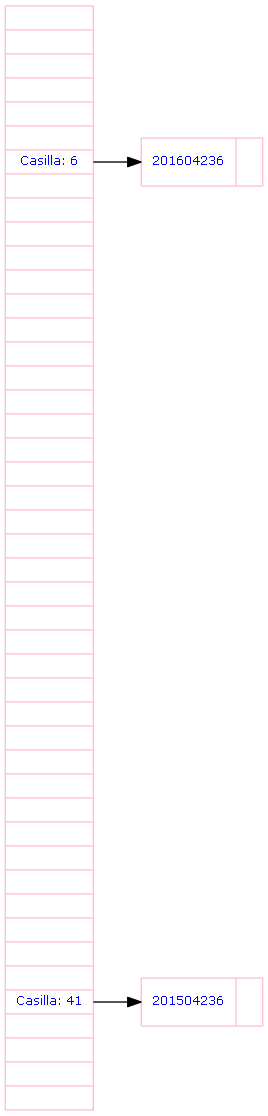
Before: Proyecto2/TablaDispersa.png, a diagram exported from Graphviz (AdriGomez95/EDD_1S2020_PY2_201504236). Its source is kept beside it as Proyecto2/TablaDispersa.dot.
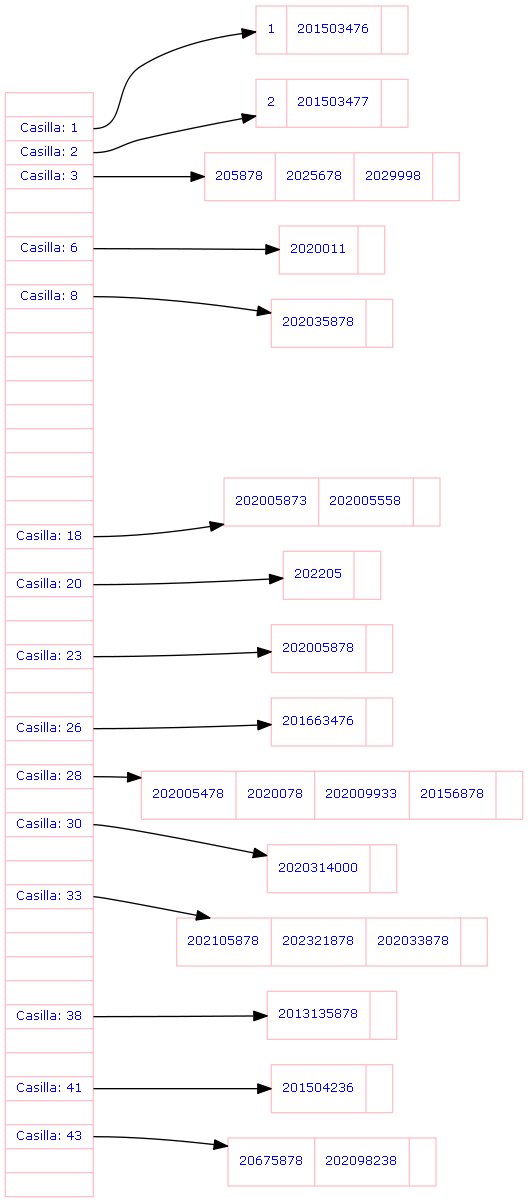
The same diagram one commit later.

The edit, as a diff of the source:
```diff
@@ -1,10 +1,36 @@
 digraph G{
  node[shape=record fontsize=9 fontcolor=blue color= pink fontname = Verdana];
  rankdir=LR;
-nodeR[label="<p0>|<p1>|<p2>|<p3>|<p4>|<p5>|<p6>Casilla: 6|<p7>|<p8>|<p9>|<p10>|<p11>|<p12>|<p13>|<p14>|<p15>|<p16>|<p17>|<p18>|<p19>|<p20>|<p21>|<p22>|<p23>|<p24>|<p25>|<p26>|<p27>|<p28>|<p29>|<p30>|<p31>|<p32>|<p33>|<p34>|<p35>|<p36>|<p37>|<p38>|<p39>|<p40>|<p41>Casilla: 41|<p42>|<p43>|<p44>|"];
-node6[label="{<p0>201604236|}"];
+nodeR[label="<p0>|<p1>Casilla: 1|<p2>Casilla: 2|<p3>Casilla: 3|<p4>|<p5>|<p6>Casilla: 6|<p7>|<p8>Casilla: 8|<p9>|<p10>|<p11>|<p12>|<p13>|<p14>|<p15>|<p16>|<p17>|<p18>Casilla: 18|<p19>|<p20>Casilla: 20|<p21>|<p22>|<p23>Casilla: 23|<p24>|<p25>|<p26>Casilla: 26|<p27>|<p28>Casilla: 28|<p29>|<p30>Casilla: 30|<p31>|<p32>|<p33>Casilla: 33|<p34>|<p35>|<p36>|<p37>|<p38>Casilla: 38|<p39>|<p40>|<p41>Casilla: 41|<p42>|<p43>Casilla: 43|<p44>|"];
+node1[label="{<p0>1|<p1>201503476|}"];
+nodeR:p1->node1;
+node2[label="{<p0>2|<p1>201503477|}"];
+nodeR:p2->node2;
+node3[label="{<p0>205878|<p1>2025678|<p2>2029998|}"];
+nodeR:p3->node3;
+node6[label="{<p0>2020011|}"];
 nodeR:p6->node6;
+node8[label="{<p0>202035878|}"];
+nodeR:p8->node8;
+node18[label="{<p0>202005873|<p1>202005558|}"];
+nodeR:p18->node18;
+node20[label="{<p0>202205|}"];
+nodeR:p20->node20;
+node23[label="{<p0>202005878|}"];
+nodeR:p23->node23;
+node26[label="{<p0>201663476|}"];
+nodeR:p26->node26;
+node28[label="{<p0>202005478|<p1>2020078|<p2>202009933|<p3>20156878|}"];
+nodeR:p28->node28;
+node30[label="{<p0>2020314000|}"];
+nodeR:p30->node30;
+node33[label="{<p0>202105878|<p1>202321878|<p2>202033878|}"];
+nodeR:p33->node33;
+node38[label="{<p0>2013135878|}"];
+nodeR:p38->node38;
 node41[label="{<p0>201504236|}"];
 nodeR:p41->node41;
+node43[label="{<p0>20675878|<p1>202098238|}"];
+nodeR:p43->node43;
 
 }
```
